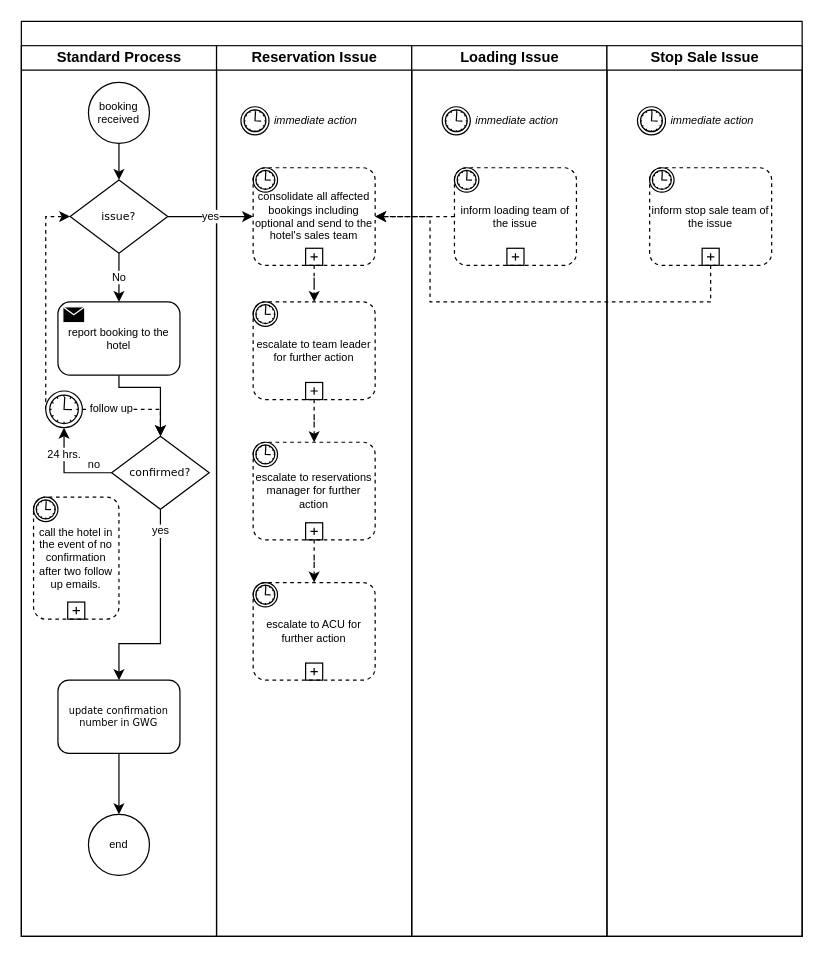
Earlier version of the draw.io diagram sla_2.drawio (justivan/drawio-diagrams). Source tidied: cells renumbered, new cells numbered last; positions are measured from the earlier drawing's top-left corner, leaving out a move shared by most shapes. Both pictures are drawn from the tidied source at 122%, with x=0, y=0 at pixel (21, 21).
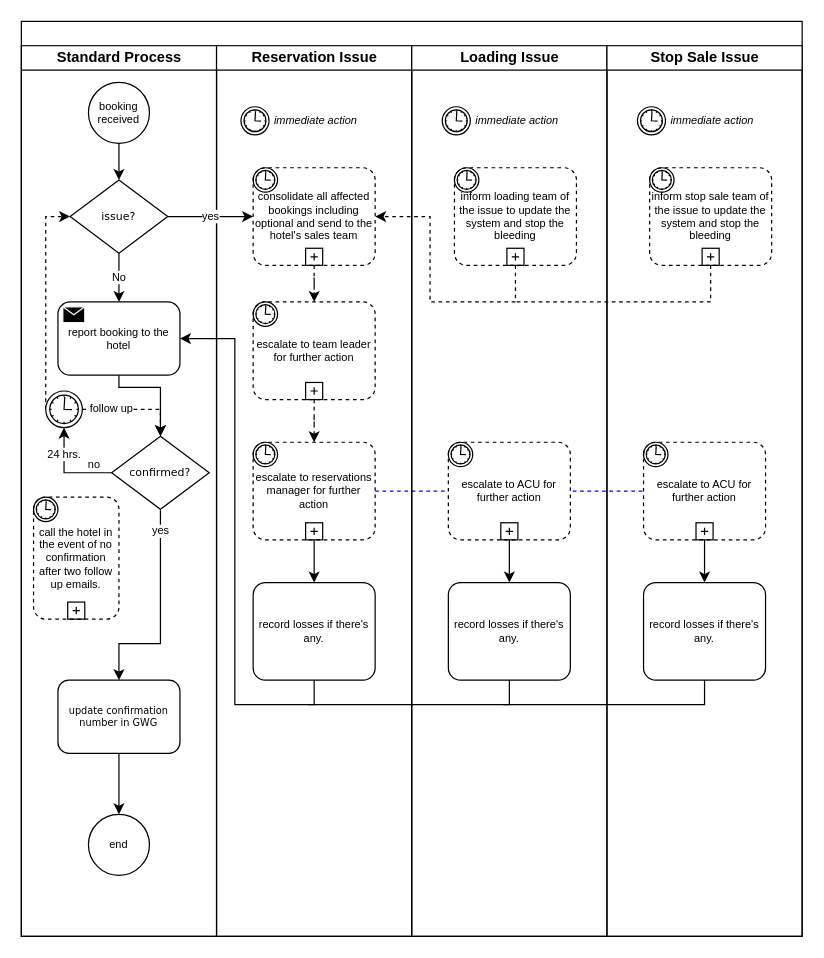
The same page after the edit.

Unchanged cells that the change refers to:
```xml
<mxCell id="2" style="swimlane;html=1;startSize=20;rounded=0;shadow=0;labelBackgroundColor=none;strokeWidth=1;fontFamily=Verdana;fontSize=8;align=center;" parent="1" vertex="1">
  <mxGeometry width="640" height="750" as="geometry" />
</mxCell>
<mxCell id="9" value="report booking to the hotel" style="points=[[0.25,0,0],[0.5,0,0],[0.75,0,0],[1,0.25,0],[1,0.5,0],[1,0.75,0],[0.75,1,0],[0.5,1,0],[0.25,1,0],[0,0.75,0],[0,0.5,0],[0,0.25,0]];shape=mxgraph.bpmn.task;whiteSpace=wrap;rectStyle=rounded;size=10;html=1;taskMarker=send;labelBackgroundColor=none;fontSize=9;" parent="3" vertex="1">
  <mxGeometry x="30" y="210" width="100" height="60" as="geometry" />
</mxCell>
<mxCell id="22" value="&lt;b&gt;Reservation Issue&lt;/b&gt;" style="swimlane;html=1;startSize=20;fontStyle=0;" parent="2" vertex="1">
  <mxGeometry x="160" y="20" width="160" height="730" as="geometry" />
</mxCell>
<mxCell id="24" value="consolidate all affected bookings including optional and send to the hotel's sales team" style="points=[[0.25,0,0],[0.5,0,0],[0.75,0,0],[1,0.25,0],[1,0.5,0],[1,0.75,0],[0.75,1,0],[0.5,1,0],[0.25,1,0],[0,0.75,0],[0,0.5,0],[0,0.25,0]];shape=mxgraph.bpmn.task;whiteSpace=wrap;rectStyle=rounded;size=10;html=1;taskMarker=abstract;bpmnShapeType=subprocess;isLoopSub=1;outline=eventInt;symbol=timer;labelBackgroundColor=none;fontSize=9;" parent="22" vertex="1">
  <mxGeometry x="30" y="100" width="100" height="80" as="geometry" />
</mxCell>
<mxCell id="28" value="escalate to reservations manager for further action" style="points=[[0.25,0,0],[0.5,0,0],[0.75,0,0],[1,0.25,0],[1,0.5,0],[1,0.75,0],[0.75,1,0],[0.5,1,0],[0.25,1,0],[0,0.75,0],[0,0.5,0],[0,0.25,0]];shape=mxgraph.bpmn.task;whiteSpace=wrap;rectStyle=rounded;size=10;html=1;taskMarker=abstract;bpmnShapeType=subprocess;isLoopSub=1;outline=eventInt;symbol=timer;labelBackgroundColor=none;fontSize=9;" parent="22" vertex="1">
  <mxGeometry x="30" y="325" width="100" height="80" as="geometry" />
</mxCell>
<mxCell id="31" value="Loading Issue" style="swimlane;html=1;startSize=20;" parent="2" vertex="1">
  <mxGeometry x="320" y="20" width="160" height="730" as="geometry" />
</mxCell>
<mxCell id="34" value="Stop Sale Issue" style="swimlane;html=1;startSize=20;" parent="2" vertex="1">
  <mxGeometry x="480" y="20" width="160" height="730" as="geometry" />
</mxCell>
```

The edit, as a diff of the source:
```diff
@@
+    <mxCell id="40" style="edgeStyle=orthogonalEdgeStyle;rounded=0;jettySize=auto;html=1;fontSize=9;endArrow=none;endFill=0;dashed=1;strokeColor=#0000FF;" parent="2" edge="1" source="28" target="47">
+      <mxGeometry relative="1" as="geometry" />
+    </mxCell>
@@
-    <mxCell id="27" style="edgeStyle=orthogonalEdgeStyle;rounded=0;jettySize=auto;html=1;entryX=0.5;entryY=0;entryDx=0;entryDy=0;entryPerimeter=0;dashed=1;fontSize=9;" parent="22" edge="1" source="28" target="29">
-      <mxGeometry relative="1" as="geometry" />
-    </mxCell>
+    <mxCell id="41" style="edgeStyle=orthogonalEdgeStyle;rounded=0;jettySize=auto;html=1;entryX=0.5;entryY=0;entryDx=0;entryDy=0;entryPerimeter=0;fontSize=9;endArrow=classic;endFill=1;" parent="22" edge="1" source="28" target="42">
+      <mxGeometry relative="1" as="geometry" />
+    </mxCell>
@@
-    <mxCell id="29" value="escalate to ACU for further action" style="points=[[0.25,0,0],[0.5,0,0],[0.75,0,0],[1,0.25,0],[1,0.5,0],[1,0.75,0],[0.75,1,0],[0.5,1,0],[0.25,1,0],[0,0.75,0],[0,0.5,0],[0,0.25,0]];shape=mxgraph.bpmn.task;whiteSpace=wrap;rectStyle=rounded;size=10;html=1;taskMarker=abstract;bpmnShapeType=subprocess;isLoopSub=1;outline=eventInt;symbol=timer;labelBackgroundColor=none;fontSize=9;" parent="22" vertex="1">
-      <mxGeometry x="30" y="440" width="100" height="80" as="geometry" />
-    </mxCell>
@@
+    <mxCell id="42" value="record losses if there's any." style="points=[[0.25,0,0],[0.5,0,0],[0.75,0,0],[1,0.25,0],[1,0.5,0],[1,0.75,0],[0.75,1,0],[0.5,1,0],[0.25,1,0],[0,0.75,0],[0,0.5,0],[0,0.25,0]];shape=mxgraph.bpmn.task;whiteSpace=wrap;rectStyle=rounded;size=10;html=1;taskMarker=abstract;labelBackgroundColor=none;fontSize=9;" parent="22" vertex="1">
+      <mxGeometry x="30" y="440" width="100" height="80" as="geometry" />
+    </mxCell>
@@
-    <mxCell id="32" value="inform loading team of the issue" style="points=[[0.25,0,0],[0.5,0,0],[0.75,0,0],[1,0.25,0],[1,0.5,0],[1,0.75,0],[0.75,1,0],[0.5,1,0],[0.25,1,0],[0,0.75,0],[0,0.5,0],[0,0.25,0]];shape=mxgraph.bpmn.task;whiteSpace=wrap;rectStyle=rounded;size=10;html=1;taskMarker=abstract;bpmnShapeType=subprocess;isLoopSub=1;outline=eventInt;symbol=timer;labelBackgroundColor=none;fontSize=9;" parent="31" vertex="1">
+    <mxCell id="32" value="inform loading team of the issue to update the system and stop the bleeding" style="points=[[0.25,0,0],[0.5,0,0],[0.75,0,0],[1,0.25,0],[1,0.5,0],[1,0.75,0],[0.75,1,0],[0.5,1,0],[0.25,1,0],[0,0.75,0],[0,0.5,0],[0,0.25,0]];shape=mxgraph.bpmn.task;whiteSpace=wrap;rectStyle=rounded;size=10;html=1;taskMarker=abstract;bpmnShapeType=subprocess;isLoopSub=1;outline=eventInt;symbol=timer;labelBackgroundColor=none;fontSize=9;" parent="31" vertex="1">
       <mxGeometry x="35" y="100" width="100" height="80" as="geometry" />
     </mxCell>
@@
+    <mxCell id="43" style="edgeStyle=orthogonalEdgeStyle;rounded=0;jettySize=auto;html=1;entryX=0.5;entryY=0;entryDx=0;entryDy=0;entryPerimeter=0;fontSize=9;endArrow=classic;endFill=1;" parent="31" edge="1" source="44" target="45">
+      <mxGeometry relative="1" as="geometry" />
+    </mxCell>
+    <mxCell id="44" value="escalate to ACU for further action" style="points=[[0.25,0,0],[0.5,0,0],[0.75,0,0],[1,0.25,0],[1,0.5,0],[1,0.75,0],[0.75,1,0],[0.5,1,0],[0.25,1,0],[0,0.75,0],[0,0.5,0],[0,0.25,0]];shape=mxgraph.bpmn.task;whiteSpace=wrap;rectStyle=rounded;size=10;html=1;taskMarker=abstract;bpmnShapeType=subprocess;isLoopSub=1;outline=eventInt;symbol=timer;labelBackgroundColor=none;fontSize=9;" parent="31" vertex="1">
+      <mxGeometry x="30" y="325" width="100" height="80" as="geometry" />
+    </mxCell>
+    <mxCell id="45" value="record losses if there's any." style="points=[[0.25,0,0],[0.5,0,0],[0.75,0,0],[1,0.25,0],[1,0.5,0],[1,0.75,0],[0.75,1,0],[0.5,1,0],[0.25,1,0],[0,0.75,0],[0,0.5,0],[0,0.25,0]];shape=mxgraph.bpmn.task;whiteSpace=wrap;rectStyle=rounded;size=10;html=1;taskMarker=abstract;labelBackgroundColor=none;fontSize=9;" parent="31" vertex="1">
+      <mxGeometry x="30" y="440" width="100" height="80" as="geometry" />
+    </mxCell>
@@
-    <mxCell id="35" value="inform stop sale team of the issue" style="points=[[0.25,0,0],[0.5,0,0],[0.75,0,0],[1,0.25,0],[1,0.5,0],[1,0.75,0],[0.75,1,0],[0.5,1,0],[0.25,1,0],[0,0.75,0],[0,0.5,0],[0,0.25,0]];shape=mxgraph.bpmn.task;whiteSpace=wrap;rectStyle=rounded;size=10;html=1;taskMarker=abstract;bpmnShapeType=subprocess;isLoopSub=1;outline=eventInt;symbol=timer;labelBackgroundColor=none;fontSize=9;" parent="34" vertex="1">
+    <mxCell id="35" value="inform stop sale team of the issue to update the system and stop the bleeding" style="points=[[0.25,0,0],[0.5,0,0],[0.75,0,0],[1,0.25,0],[1,0.5,0],[1,0.75,0],[0.75,1,0],[0.5,1,0],[0.25,1,0],[0,0.75,0],[0,0.5,0],[0,0.25,0]];shape=mxgraph.bpmn.task;whiteSpace=wrap;rectStyle=rounded;size=10;html=1;taskMarker=abstract;bpmnShapeType=subprocess;isLoopSub=1;outline=eventInt;symbol=timer;labelBackgroundColor=none;fontSize=9;" parent="34" vertex="1">
       <mxGeometry x="35" y="100" width="100" height="80" as="geometry" />
     </mxCell>
@@
+    <mxCell id="46" style="edgeStyle=orthogonalEdgeStyle;rounded=0;jettySize=auto;html=1;entryX=0.5;entryY=0;entryDx=0;entryDy=0;entryPerimeter=0;fontSize=9;endArrow=classic;endFill=1;" parent="34" edge="1" source="47" target="48">
+      <mxGeometry relative="1" as="geometry" />
+    </mxCell>
+    <mxCell id="47" value="escalate to ACU for further action" style="points=[[0.25,0,0],[0.5,0,0],[0.75,0,0],[1,0.25,0],[1,0.5,0],[1,0.75,0],[0.75,1,0],[0.5,1,0],[0.25,1,0],[0,0.75,0],[0,0.5,0],[0,0.25,0]];shape=mxgraph.bpmn.task;whiteSpace=wrap;rectStyle=rounded;size=10;html=1;taskMarker=abstract;bpmnShapeType=subprocess;isLoopSub=1;outline=eventInt;symbol=timer;labelBackgroundColor=none;fontSize=9;" parent="34" vertex="1">
+      <mxGeometry x="30" y="325" width="100" height="80" as="geometry" />
+    </mxCell>
+    <mxCell id="48" value="record losses if there's any." style="points=[[0.25,0,0],[0.5,0,0],[0.75,0,0],[1,0.25,0],[1,0.5,0],[1,0.75,0],[0.75,1,0],[0.5,1,0],[0.25,1,0],[0,0.75,0],[0,0.5,0],[0,0.25,0]];shape=mxgraph.bpmn.task;whiteSpace=wrap;rectStyle=rounded;size=10;html=1;taskMarker=abstract;labelBackgroundColor=none;fontSize=9;" parent="34" vertex="1">
+      <mxGeometry x="30" y="440" width="100" height="80" as="geometry" />
+    </mxCell>
@@
     <mxCell id="38" style="edgeStyle=orthogonalEdgeStyle;rounded=0;jettySize=auto;html=1;entryX=1;entryY=0.5;entryDx=0;entryDy=0;entryPerimeter=0;dashed=1;fontSize=9;" parent="2" edge="1" source="32" target="24">
-      <mxGeometry relative="1" as="geometry" />
+      <mxGeometry relative="1" as="geometry">
+        <Array as="points">
+          <mxPoint x="405" y="230" />
+          <mxPoint x="335" y="230" />
+          <mxPoint x="335" y="160" />
+        </Array>
+      </mxGeometry>
     </mxCell>
-    <mxCell id="39" style="edgeStyle=orthogonalEdgeStyle;rounded=0;jettySize=auto;html=1;entryX=1;entryY=0.5;entryDx=0;entryDy=0;entryPerimeter=0;dashed=1;fontSize=9;" parent="2" edge="1" source="35" target="24">
-      <mxGeometry relative="1" as="geometry">
-        <Array as="points">
-          <mxPoint x="565" y="230" />
-          <mxPoint x="335" y="230" />
-          <mxPoint x="335" y="160" />
-        </Array>
-      </mxGeometry>
-    </mxCell>
+    <mxCell id="49" style="edgeStyle=orthogonalEdgeStyle;rounded=0;jettySize=auto;html=1;entryX=1;entryY=0.5;entryDx=0;entryDy=0;entryPerimeter=0;fontSize=9;endArrow=classic;endFill=1;exitX=0.5;exitY=1;exitDx=0;exitDy=0;exitPerimeter=0;" parent="2" edge="1" source="42" target="9">
+      <mxGeometry relative="1" as="geometry">
+        <Array as="points">
+          <mxPoint x="240" y="560" />
+          <mxPoint x="175" y="560" />
+          <mxPoint x="175" y="260" />
+        </Array>
+      </mxGeometry>
+    </mxCell>
+    <mxCell id="50" style="edgeStyle=orthogonalEdgeStyle;rounded=0;jettySize=auto;html=1;dashed=1;fontSize=9;endArrow=none;endFill=0;" parent="1" edge="1" source="35">
+      <mxGeometry relative="1" as="geometry">
+        <mxPoint x="405" y="230" as="targetPoint" />
+        <Array as="points">
+          <mxPoint x="565" y="230" />
+        </Array>
+      </mxGeometry>
+    </mxCell>
+    <mxCell id="51" style="edgeStyle=orthogonalEdgeStyle;rounded=0;jettySize=auto;html=1;fontSize=9;endArrow=none;endFill=0;exitX=0.5;exitY=1;exitDx=0;exitDy=0;exitPerimeter=0;" parent="1" edge="1" source="45">
+      <mxGeometry relative="1" as="geometry">
+        <mxPoint x="235" y="560" as="targetPoint" />
+        <Array as="points">
+          <mxPoint x="400" y="560" />
+        </Array>
+      </mxGeometry>
+    </mxCell>
+    <mxCell id="52" style="edgeStyle=orthogonalEdgeStyle;rounded=0;jettySize=auto;html=1;exitX=0.5;exitY=1;exitDx=0;exitDy=0;exitPerimeter=0;fontSize=9;endArrow=none;endFill=0;" parent="1" edge="1" source="48">
+      <mxGeometry relative="1" as="geometry">
+        <mxPoint x="395" y="560" as="targetPoint" />
+        <Array as="points">
+          <mxPoint x="560" y="560" />
+        </Array>
+      </mxGeometry>
+    </mxCell>
```
